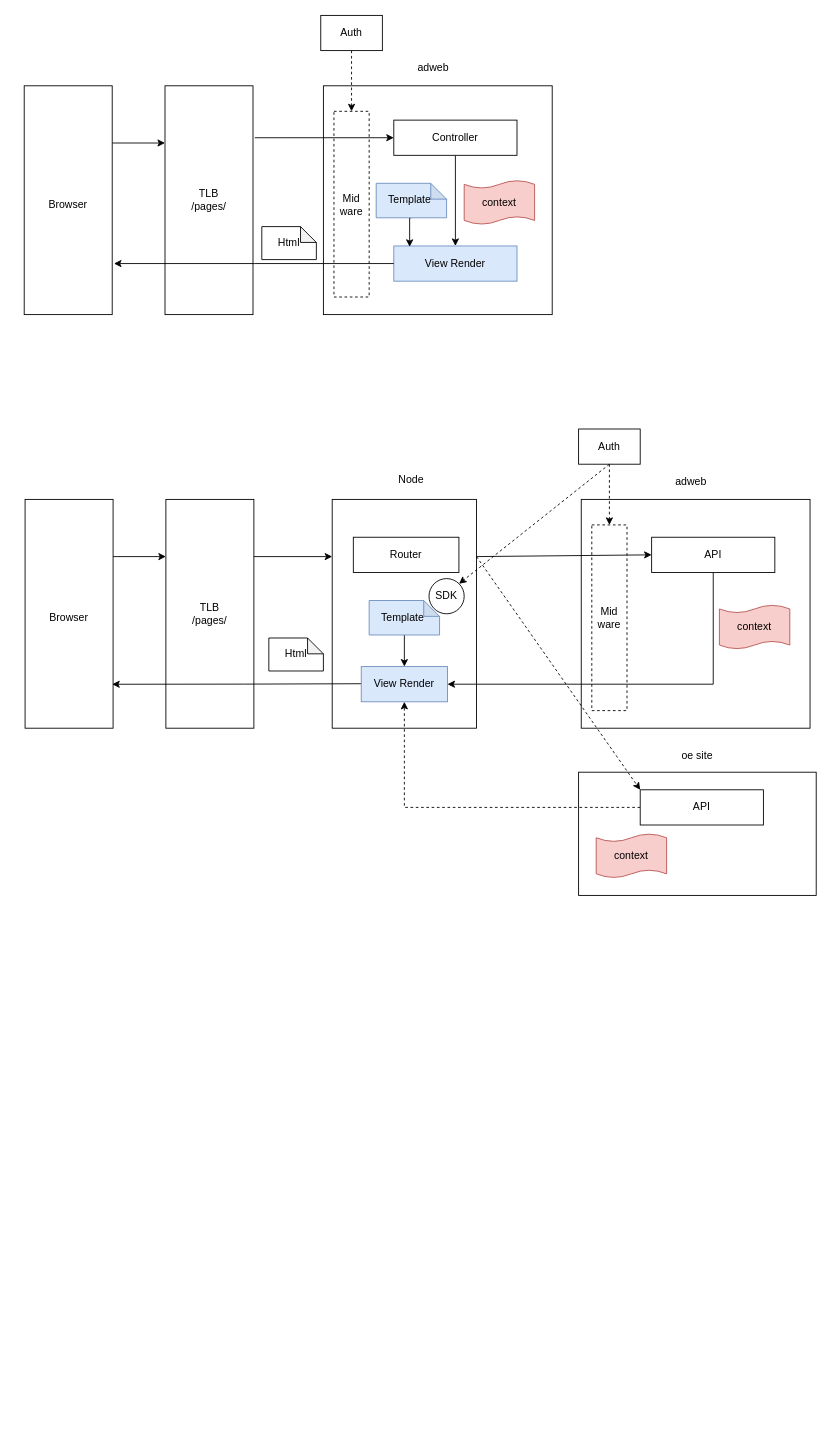
Earlier version of the draw.io diagram fe-backend-separate.drawio (zhongweng/zimbook). Source tidied: cells renumbered, new cells numbered last; positions are measured from the earlier drawing's top-left corner, leaving out a move shared by most shapes. Both pictures are drawn from the tidied source at 88%, with x=0, y=0 at pixel (24, 15).
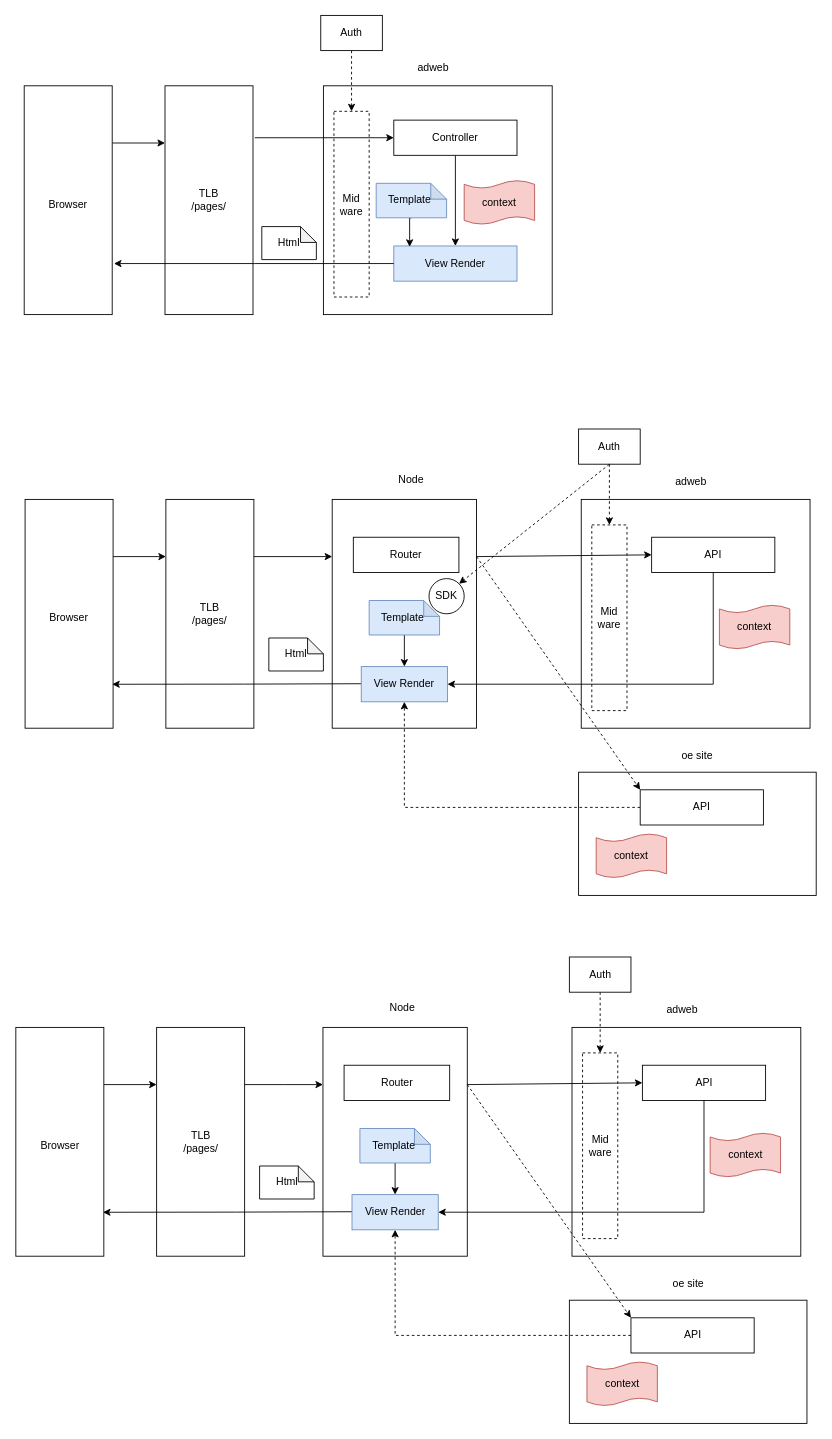
The same page after the edit.

Change to the diagram source:
```diff
@@
+    <mxCell id="51" style="edgeStyle=orthogonalEdgeStyle;rounded=0;jettySize=auto;html=1;exitX=1;exitY=0.25;exitDx=0;exitDy=0;entryX=0;entryY=0.25;entryDx=0;entryDy=0;" parent="1" edge="1" source="52" target="54">
+      <mxGeometry relative="1" as="geometry" />
+    </mxCell>
+    <mxCell id="52" style="rounded=0;whiteSpace=wrap;html=1;" parent="1" vertex="1">
+      <mxGeometry x="-9.5" y="1150" width="100" height="260" as="geometry" />
+    </mxCell>
+    <mxCell id="53" value="Browser" style="text;html=1;strokeColor=none;fillColor=none;align=center;verticalAlign=middle;whiteSpace=wrap;rounded=0;" parent="1" vertex="1">
+      <mxGeometry x="15.5" y="1275" width="50" height="20" as="geometry" />
+    </mxCell>
+    <mxCell id="54" value="TLB&lt;br&gt;/pages/" style="rounded=0;whiteSpace=wrap;html=1;" parent="1" vertex="1">
+      <mxGeometry x="150.5" y="1150" width="100" height="260" as="geometry" />
+    </mxCell>
+    <mxCell id="55" style="rounded=0;whiteSpace=wrap;html=1;" parent="1" vertex="1">
+      <mxGeometry x="622.5" y="1150" width="260" height="260" as="geometry" />
+    </mxCell>
+    <mxCell id="56" value="adweb" style="text;html=1;strokeColor=none;fillColor=none;align=center;verticalAlign=middle;whiteSpace=wrap;rounded=0;" parent="1" vertex="1">
+      <mxGeometry x="702.5" y="1120" width="90" height="20" as="geometry" />
+    </mxCell>
+    <mxCell id="57" value="API" style="rounded=0;whiteSpace=wrap;html=1;" parent="1" vertex="1">
+      <mxGeometry x="702.5" y="1193" width="140" height="40" as="geometry" />
+    </mxCell>
+    <mxCell id="58" value="context" style="shape=tape;whiteSpace=wrap;html=1;size=0.18;fillColor=#f8cecc;strokeColor=#b85450;" parent="1" vertex="1">
+      <mxGeometry x="779.5" y="1270" width="80" height="50" as="geometry" />
+    </mxCell>
+    <mxCell id="59" value="Mid&lt;br&gt;ware" style="rounded=0;whiteSpace=wrap;html=1;dashed=1;" parent="1" vertex="1">
+      <mxGeometry x="634.5" y="1179" width="40" height="211" as="geometry" />
+    </mxCell>
+    <mxCell id="60" style="edgeStyle=orthogonalEdgeStyle;rounded=0;jettySize=auto;html=1;exitX=0.5;exitY=1;exitDx=0;exitDy=0;entryX=0.5;entryY=0;entryDx=0;entryDy=0;dashed=1;" parent="1" edge="1" source="61" target="59">
+      <mxGeometry relative="1" as="geometry" />
+    </mxCell>
+    <mxCell id="61" value="Auth" style="rounded=0;whiteSpace=wrap;html=1;" parent="1" vertex="1">
+      <mxGeometry x="619.5" y="1070" width="70" height="40" as="geometry" />
+    </mxCell>
+    <mxCell id="62" style="rounded=0;whiteSpace=wrap;html=1;" parent="1" vertex="1">
+      <mxGeometry x="339.5" y="1150" width="164" height="260" as="geometry" />
+    </mxCell>
+    <mxCell id="63" value="Node" style="text;html=1;strokeColor=none;fillColor=none;align=center;verticalAlign=middle;whiteSpace=wrap;rounded=0;" parent="1" vertex="1">
+      <mxGeometry x="384.5" y="1117.5" width="90" height="20" as="geometry" />
+    </mxCell>
+    <mxCell id="64" style="edgeStyle=orthogonalEdgeStyle;rounded=0;jettySize=auto;html=1;exitX=0;exitY=0.5;exitDx=0;exitDy=0;entryX=0.99;entryY=0.808;entryDx=0;entryDy=0;entryPerimeter=0;exitPerimeter=0;" parent="1" edge="1" target="52">
+      <mxGeometry relative="1" as="geometry">
+        <mxPoint x="389.5" y="1359.4" as="sourcePoint" />
+      </mxGeometry>
+    </mxCell>
+    <mxCell id="65" value="Html" style="shape=note;whiteSpace=wrap;html=1;backgroundOutline=1;darkOpacity=0.05;size=18;" parent="1" vertex="1">
+      <mxGeometry x="267.5" y="1307.5" width="62" height="37.5" as="geometry" />
+    </mxCell>
+    <mxCell id="66" style="edgeStyle=orthogonalEdgeStyle;rounded=0;jettySize=auto;html=1;exitX=0.5;exitY=1;exitDx=0;exitDy=0;entryX=1;entryY=0.5;entryDx=0;entryDy=0;" parent="1" edge="1" source="57" target="69">
+      <mxGeometry relative="1" as="geometry" />
+    </mxCell>
+    <mxCell id="67" style="edgeStyle=orthogonalEdgeStyle;rounded=0;jettySize=auto;html=1;exitX=1;exitY=0.25;exitDx=0;exitDy=0;" parent="1" edge="1" source="54">
+      <mxGeometry relative="1" as="geometry">
+        <mxPoint x="339.5" y="1215" as="targetPoint" />
+      </mxGeometry>
+    </mxCell>
+    <mxCell id="68" style="edgeStyle=none;rounded=0;jettySize=auto;html=1;exitX=1;exitY=0.25;exitDx=0;exitDy=0;entryX=0;entryY=0.5;entryDx=0;entryDy=0;" parent="1" edge="1" source="62" target="57">
+      <mxGeometry relative="1" as="geometry" />
+    </mxCell>
+    <mxCell id="69" value="View Render" style="rounded=0;whiteSpace=wrap;html=1;fillColor=#dae8fc;strokeColor=#6c8ebf;" parent="1" vertex="1">
+      <mxGeometry x="372.5" y="1340" width="98" height="40" as="geometry" />
+    </mxCell>
+    <mxCell id="70" style="edgeStyle=none;rounded=0;jettySize=auto;html=1;exitX=0.5;exitY=1;exitDx=0;exitDy=0;exitPerimeter=0;entryX=0.5;entryY=0;entryDx=0;entryDy=0;" parent="1" edge="1" source="71" target="69">
+      <mxGeometry relative="1" as="geometry" />
+    </mxCell>
+    <mxCell id="71" value="Template&amp;nbsp;" style="shape=note;whiteSpace=wrap;html=1;backgroundOutline=1;darkOpacity=0.05;size=18;fillColor=#dae8fc;strokeColor=#6c8ebf;" parent="1" vertex="1">
+      <mxGeometry x="381.5" y="1264.9" width="80" height="39.2" as="geometry" />
+    </mxCell>
+    <mxCell id="72" style="edgeStyle=none;rounded=0;orthogonalLoop=1;jettySize=auto;html=1;exitX=0;exitY=0.5;exitDx=0;exitDy=0;" parent="1" edge="1" source="69" target="69">
+      <mxGeometry relative="1" as="geometry" />
+    </mxCell>
+    <mxCell id="73" style="rounded=0;whiteSpace=wrap;html=1;" parent="1" vertex="1">
+      <mxGeometry x="619.5" y="1460" width="270" height="140" as="geometry" />
+    </mxCell>
+    <mxCell id="74" value="oe site" style="text;html=1;strokeColor=none;fillColor=none;align=center;verticalAlign=middle;whiteSpace=wrap;rounded=0;" parent="1" vertex="1">
+      <mxGeometry x="709.5" y="1432" width="90" height="20" as="geometry" />
+    </mxCell>
+    <mxCell id="75" style="edgeStyle=orthogonalEdgeStyle;rounded=0;jettySize=auto;html=1;exitX=0;exitY=0.5;exitDx=0;exitDy=0;entryX=0.5;entryY=1;entryDx=0;entryDy=0;dashed=1;strokeWidth=1;" parent="1" edge="1" source="76" target="69">
+      <mxGeometry relative="1" as="geometry" />
+    </mxCell>
+    <mxCell id="76" value="API" style="rounded=0;whiteSpace=wrap;html=1;" parent="1" vertex="1">
+      <mxGeometry x="689.5" y="1480" width="140" height="40" as="geometry" />
+    </mxCell>
+    <mxCell id="77" value="context" style="shape=tape;whiteSpace=wrap;html=1;size=0.18;fillColor=#f8cecc;strokeColor=#b85450;" parent="1" vertex="1">
+      <mxGeometry x="639.5" y="1530" width="80" height="50" as="geometry" />
+    </mxCell>
+    <mxCell id="78" style="edgeStyle=none;rounded=0;jettySize=auto;html=1;exitX=1;exitY=0.25;exitDx=0;exitDy=0;entryX=0;entryY=0;entryDx=0;entryDy=0;dashed=1;strokeWidth=1;" parent="1" edge="1" source="62" target="76">
+      <mxGeometry relative="1" as="geometry" />
+    </mxCell>
+    <mxCell id="79" value="Router" style="rounded=0;whiteSpace=wrap;html=1;" parent="1" vertex="1">
+      <mxGeometry x="363.5" y="1193" width="120" height="40" as="geometry" />
+    </mxCell>
```
